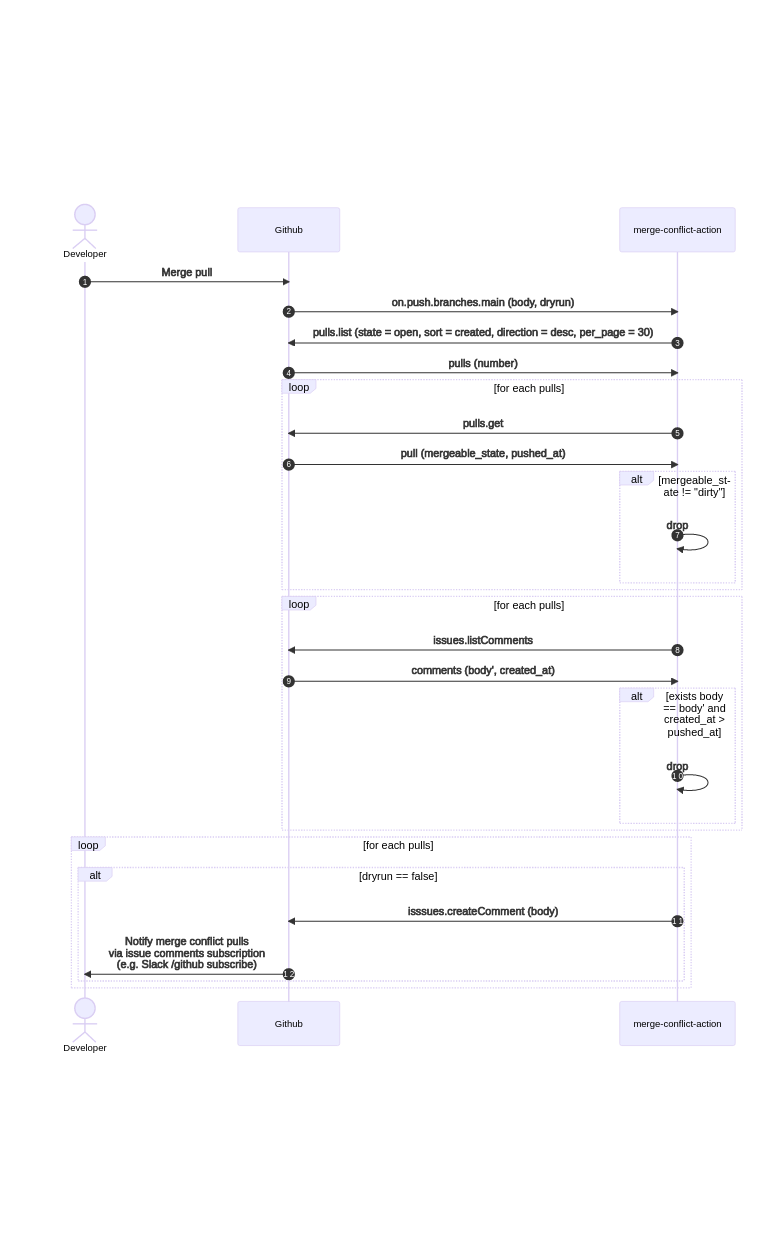
Before: docs/assets/png/flow.png, a diagram exported from Mermaid (nokamoto/merge-conflict-action). Its source is kept beside it as docs/assets/mmd/flow.mmd.
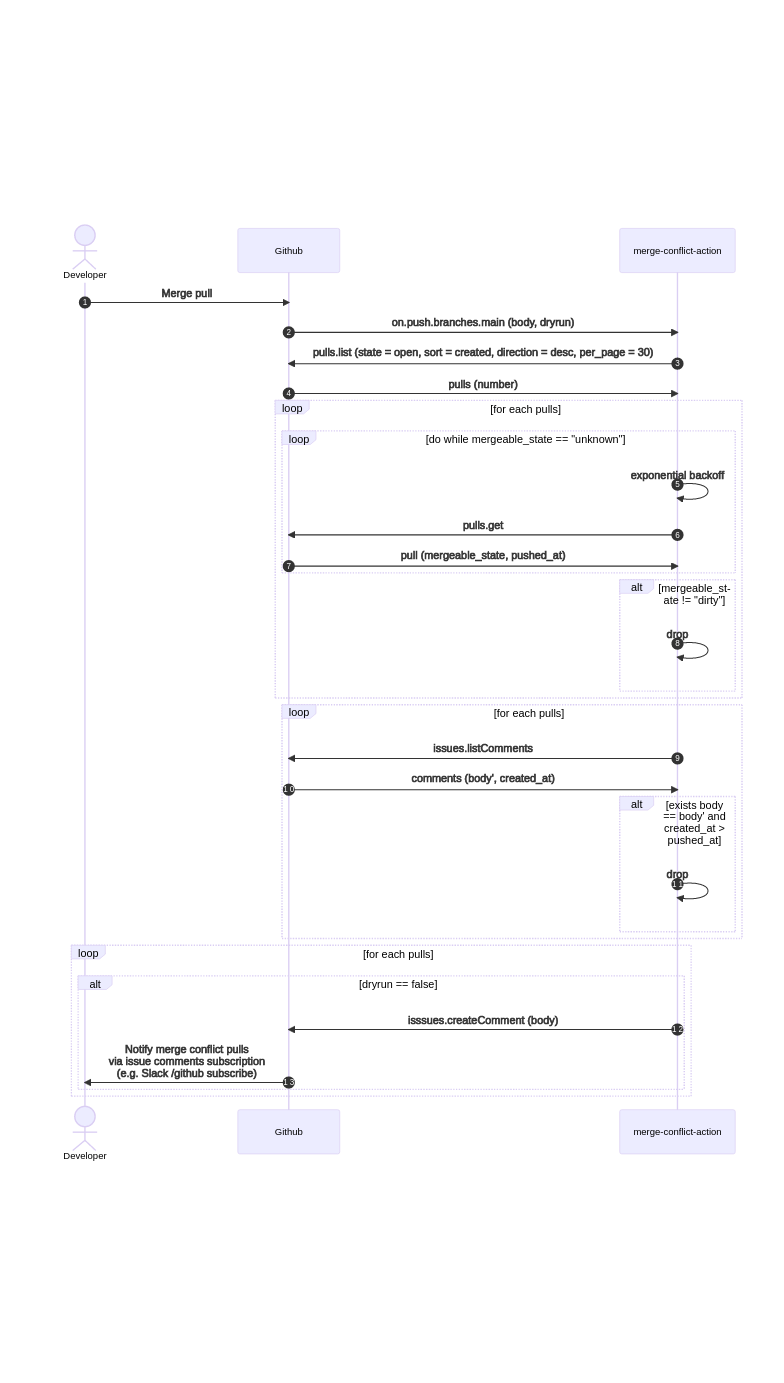
Above is the later version.

The edit, as a diff of the source:
```diff
@@ -11,8 +11,11 @@
     github ->> action : pulls (number)
 
     loop for each pulls
-        action ->> github : pulls.get
-        github ->> action : pull (mergeable_state, pushed_at)
+        loop do while mergeable_state == "unknown"
+            action ->> action : exponential backoff
+            action ->> github : pulls.get
+            github ->> action : pull (mergeable_state, pushed_at)
+        end
         alt mergeable_state != "dirty"
             action ->> action : drop
         end
```
